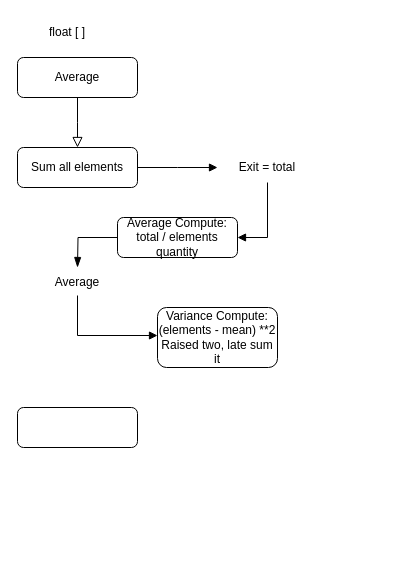
Above: Uninpahu Diagrams/Quality Metricals/Compute Standard Desviation.drawio in Johanbeltranramirez/DiagramsRepository (draw.io), before the change. Source tidied: cells renumbered, new cells numbered last; positions are measured from the earlier drawing's top-left corner, leaving out a move shared by most shapes. Both pictures are drawn from the tidied source at 100%, with x=0, y=0 at pixel (17, 17).
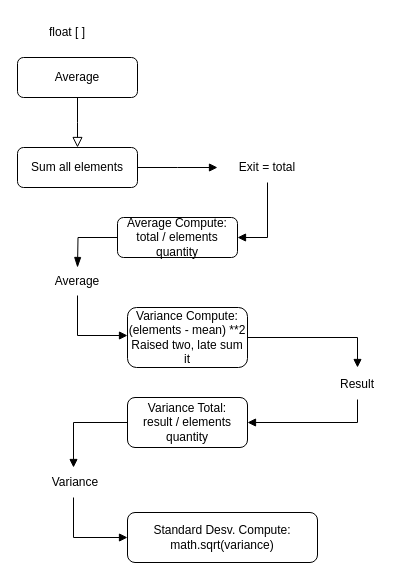
The same page after the edit.

Diff of the diagram source:
```diff
@@
-    <mxCell id="7" style="rounded=1;whiteSpace=wrap;html=1;fontSize=12;glass=0;strokeWidth=1;shadow=0;" parent="1" vertex="1">
-      <mxGeometry y="390" width="120" height="40" as="geometry" />
+    <mxCell id="7" value="Variance Total:&lt;br&gt;result / elements quantity" style="rounded=1;whiteSpace=wrap;html=1;fontSize=12;glass=0;strokeWidth=1;shadow=0;" parent="1" vertex="1">
+      <mxGeometry x="110" y="380" width="120" height="50" as="geometry" />
     </mxCell>
     <mxCell id="8" value="Variance Compute:&lt;br&gt;(elements - mean) **2&lt;div&gt;Raised two, late sum it&lt;/div&gt;" style="rounded=1;whiteSpace=wrap;html=1;fontSize=12;glass=0;strokeWidth=1;shadow=0;" parent="1" vertex="1">
-      <mxGeometry x="140" y="290" width="120" height="60" as="geometry" />
+      <mxGeometry x="110" y="290" width="120" height="60" as="geometry" />
     </mxCell>
@@
     <mxCell id="13" value="Average" style="text;html=1;align=center;verticalAlign=middle;whiteSpace=wrap;rounded=0;" parent="1" vertex="1">
-      <mxGeometry x="30" y="250" width="60" height="30" as="geometry" />
+      <mxGeometry x="30" y="249" width="60" height="30" as="geometry" />
     </mxCell>
-    <mxCell id="14" style="edgeStyle=orthogonalEdgeStyle;rounded=0;html=1;jettySize=auto;orthogonalLoop=1;fontSize=11;endArrow=block;endFill=1;strokeWidth=1;shadow=0;labelBackgroundColor=none;exitX=0.5;exitY=1;exitDx=0;exitDy=0;fillColor=#cce5ff;strokeColor=#000000;entryX=0;entryY=0.5;entryDx=0;entryDy=0;" parent="1" edge="1">
+    <mxCell id="14" style="edgeStyle=orthogonalEdgeStyle;rounded=0;html=1;jettySize=auto;orthogonalLoop=1;fontSize=11;endArrow=block;endFill=1;strokeWidth=1;shadow=0;labelBackgroundColor=none;exitX=0.5;exitY=1;exitDx=0;exitDy=0;fillColor=#cce5ff;strokeColor=#000000;" parent="1" edge="1">
       <mxGeometry y="10" relative="1" as="geometry">
         <mxPoint x="60" y="278" as="sourcePoint" />
-        <mxPoint x="140" y="318" as="targetPoint" />
+        <mxPoint x="110" y="318" as="targetPoint" />
         <Array as="points">
           <mxPoint x="60" y="318" />
         </Array>
       </mxGeometry>
     </mxCell>
+    <mxCell id="15" style="edgeStyle=orthogonalEdgeStyle;rounded=0;html=1;jettySize=auto;fontSize=11;endArrow=block;endFill=1;strokeWidth=1;shadow=0;labelBackgroundColor=none;exitX=1;exitY=0.5;exitDx=0;exitDy=0;fillColor=#cce5ff;strokeColor=#000000;" parent="1" edge="1" source="8">
+      <mxGeometry y="10" relative="1" as="geometry">
+        <mxPoint x="340" y="350" as="targetPoint" />
+        <Array as="points">
+          <mxPoint x="340" y="320" />
+        </Array>
+      </mxGeometry>
+    </mxCell>
+    <mxCell id="16" value="Result" style="text;html=1;align=center;verticalAlign=middle;whiteSpace=wrap;rounded=0;" parent="1" vertex="1">
+      <mxGeometry x="310" y="352" width="60" height="30" as="geometry" />
+    </mxCell>
+    <mxCell id="17" style="edgeStyle=orthogonalEdgeStyle;rounded=0;html=1;jettySize=auto;fontSize=11;endArrow=block;endFill=1;strokeWidth=1;shadow=0;labelBackgroundColor=none;fillColor=#cce5ff;strokeColor=#000000;entryX=1;entryY=0.5;entryDx=0;entryDy=0;exitX=0.5;exitY=1;exitDx=0;exitDy=0;" parent="1" edge="1" source="16" target="7">
+      <mxGeometry y="10" relative="1" as="geometry">
+        <Array as="points">
+          <mxPoint x="340" y="405" />
+        </Array>
+      </mxGeometry>
+    </mxCell>
+    <mxCell id="18" style="edgeStyle=orthogonalEdgeStyle;rounded=0;html=1;jettySize=auto;orthogonalLoop=1;fontSize=11;endArrow=block;endFill=1;strokeWidth=1;shadow=0;labelBackgroundColor=none;fillColor=#cce5ff;strokeColor=#000000;exitX=0;exitY=0.5;exitDx=0;exitDy=0;" parent="1" edge="1">
+      <mxGeometry y="10" relative="1" as="geometry">
+        <mxPoint x="110" y="405" as="sourcePoint" />
+        <mxPoint x="56" y="450" as="targetPoint" />
+        <Array as="points">
+          <mxPoint x="56" y="405" />
+        </Array>
+      </mxGeometry>
+    </mxCell>
+    <mxCell id="19" value="Standard Desv. Compute:&lt;br&gt;math.sqrt(variance)" style="rounded=1;whiteSpace=wrap;html=1;fontSize=12;glass=0;strokeWidth=1;shadow=0;" parent="1" vertex="1">
+      <mxGeometry x="110" y="495" width="190" height="50" as="geometry" />
+    </mxCell>
+    <mxCell id="20" value="Variance" style="text;html=1;align=center;verticalAlign=middle;whiteSpace=wrap;rounded=0;" parent="1" vertex="1">
+      <mxGeometry x="28" y="450" width="60" height="30" as="geometry" />
+    </mxCell>
+    <mxCell id="21" style="edgeStyle=orthogonalEdgeStyle;rounded=0;html=1;jettySize=auto;fontSize=11;endArrow=block;endFill=1;strokeWidth=1;shadow=0;labelBackgroundColor=none;exitX=0.5;exitY=1;exitDx=0;exitDy=0;fillColor=#cce5ff;strokeColor=#000000;entryX=0;entryY=0.5;entryDx=0;entryDy=0;" parent="1" edge="1" target="19">
+      <mxGeometry y="10" relative="1" as="geometry">
+        <mxPoint x="56" y="480" as="sourcePoint" />
+        <Array as="points">
+          <mxPoint x="56" y="520" />
+        </Array>
+      </mxGeometry>
+    </mxCell>
```
